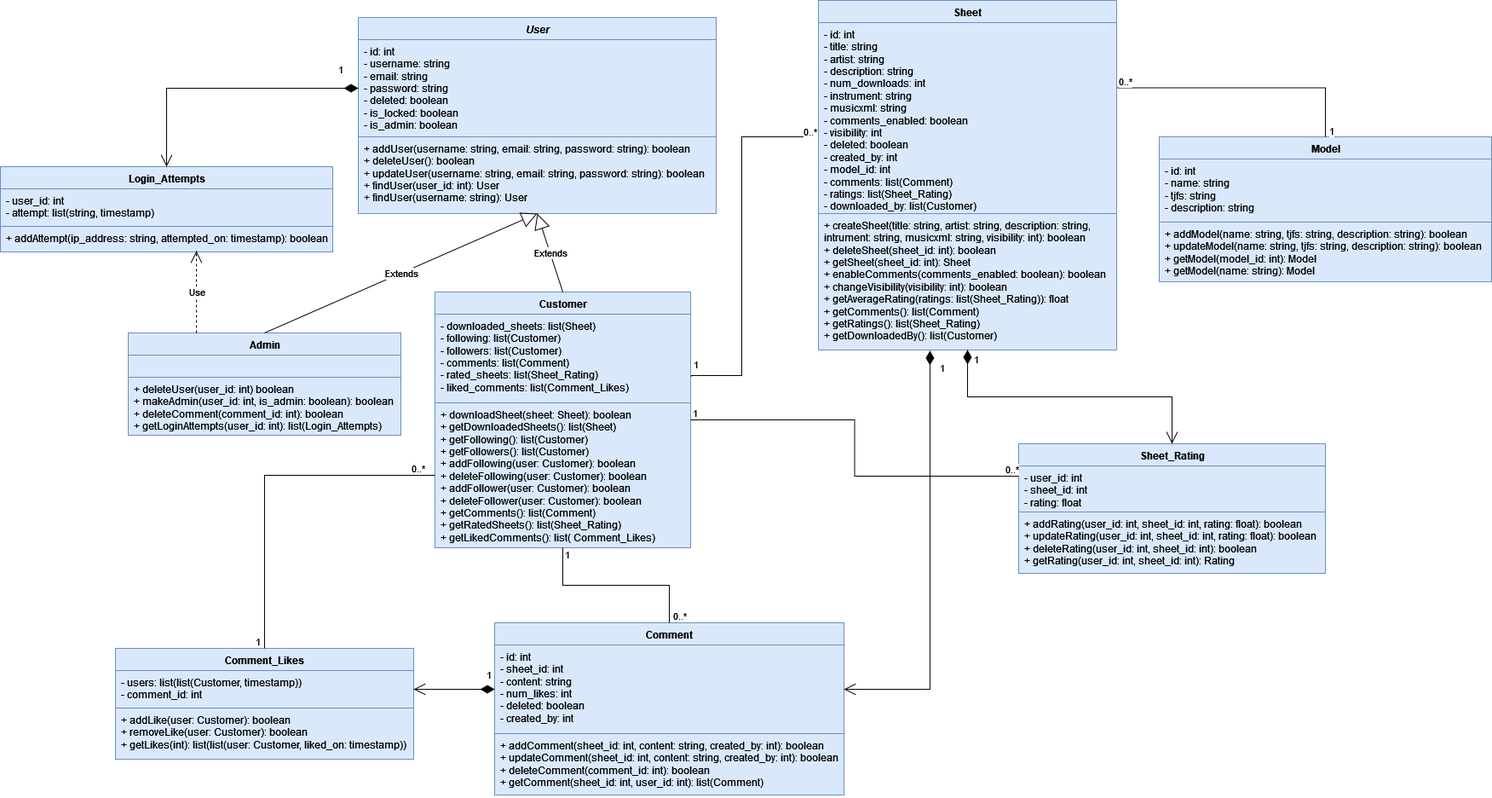
Before: db/Knowtes_Class_Diagram.png, a diagram exported from draw.io (ProjFall2025/Team3). Source tidied: cells renumbered, new cells last; positions are measured from the earlier drawing's top-left corner, leaving out a move shared by most shapes.
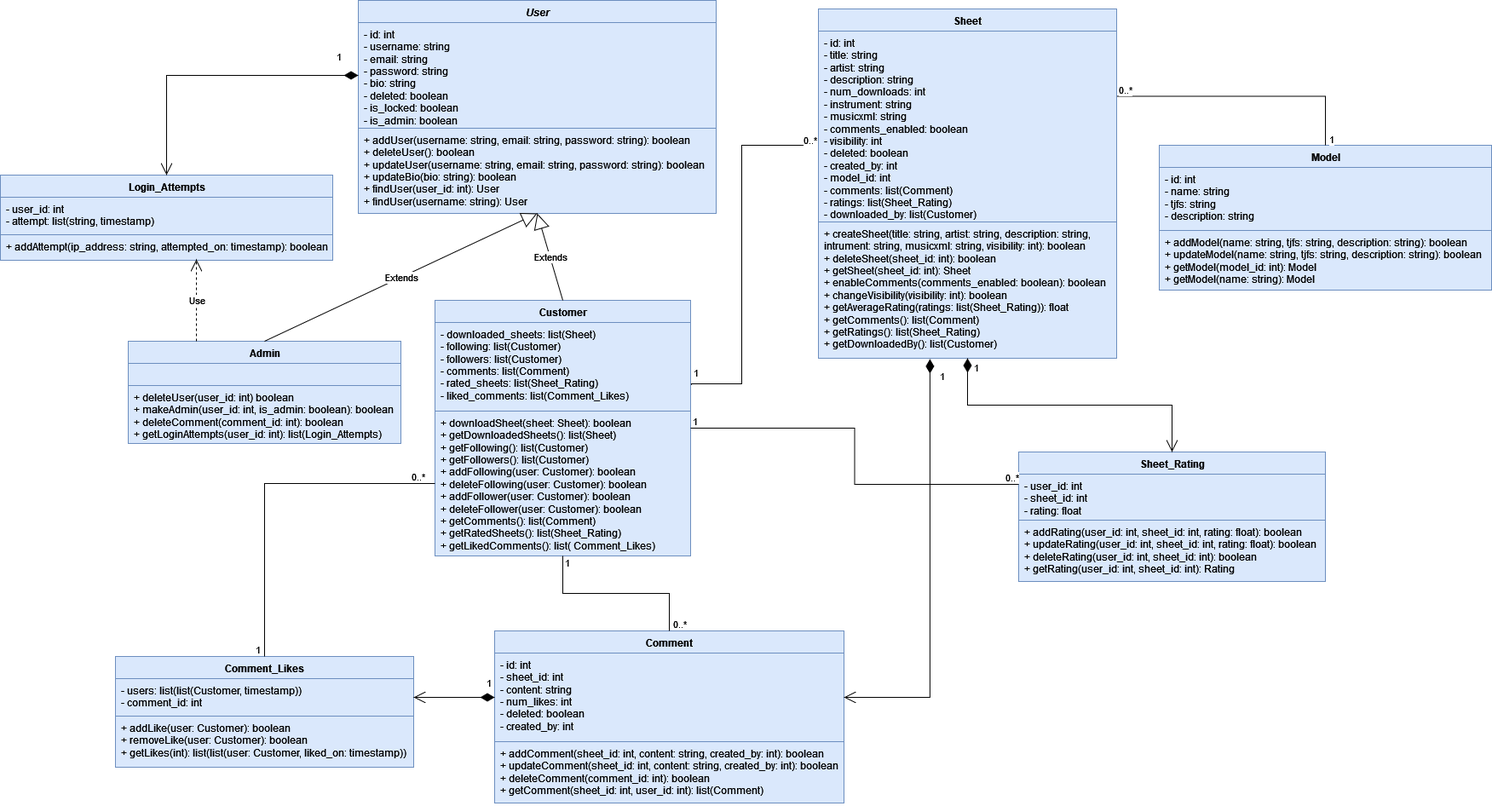
Above is the later version.

The edit, as a diff of the source:
```diff
@@ -48,13 +48,13 @@
       <mxGeometry y="130" width="410" height="72" as="geometry" />
     </mxCell>
     <mxCell id="17" value="&lt;i&gt;User&lt;/i&gt;" style="swimlane;fontStyle=1;align=center;verticalAlign=top;horizontal=1;startSize=26;whiteSpace=wrap;html=1;fillColor=#dae8fc;strokeColor=#6c8ebf;" parent="1" vertex="1">
-      <mxGeometry x="420" y="20" width="420" height="230" as="geometry" />
+      <mxGeometry x="420" y="-10" width="420" height="250" as="geometry" />
     </mxCell>
-    <mxCell id="18" value="&lt;div&gt;- id: int&lt;/div&gt;&lt;div&gt;- username: string&lt;/div&gt;&lt;div&gt;- email: string&lt;/div&gt;&lt;div&gt;- password: string&lt;/div&gt;&lt;div&gt;&lt;div&gt;- deleted: boolean&lt;/div&gt;&lt;div&gt;- is_locked: boolean&lt;/div&gt;&lt;/div&gt;&lt;div&gt;- is_admin: boolean&lt;br&gt;&lt;/div&gt;" style="text;strokeColor=#6c8ebf;fillColor=#dae8fc;align=left;verticalAlign=top;spacingLeft=4;spacingRight=4;overflow=hidden;points=[[0,0.5],[1,0.5]];portConstraint=eastwest;whiteSpace=wrap;html=1;" parent="17" vertex="1">
-      <mxGeometry y="26" width="420" height="114" as="geometry" />
+    <mxCell id="18" value="&lt;div&gt;- id: int&lt;/div&gt;&lt;div&gt;- username: string&lt;/div&gt;&lt;div&gt;- email: string&lt;/div&gt;&lt;div&gt;- password: string&lt;/div&gt;&lt;div&gt;- bio: string&lt;br&gt;&lt;/div&gt;&lt;div&gt;&lt;div&gt;- deleted: boolean&lt;/div&gt;&lt;div&gt;- is_locked: boolean&lt;/div&gt;&lt;/div&gt;&lt;div&gt;- is_admin: boolean&lt;br&gt;&lt;/div&gt;" style="text;strokeColor=#6c8ebf;fillColor=#dae8fc;align=left;verticalAlign=top;spacingLeft=4;spacingRight=4;overflow=hidden;points=[[0,0.5],[1,0.5]];portConstraint=eastwest;whiteSpace=wrap;html=1;" parent="17" vertex="1">
+      <mxGeometry y="26" width="420" height="124" as="geometry" />
     </mxCell>
-    <mxCell id="19" value="&lt;div&gt;+ addUser(username: string, email: string, password: string): boolean&lt;/div&gt;&lt;div&gt;&lt;div&gt;+ deleteUser(): boolean&lt;/div&gt;&lt;/div&gt;&lt;div&gt;+ updateUser(username: string, email: string, password: string): boolean&lt;/div&gt;&lt;div&gt;+ findUser(user_id: int): User&lt;/div&gt;&lt;div&gt;+ findUser(username: string): User&lt;/div&gt;" style="text;strokeColor=#6c8ebf;fillColor=#dae8fc;align=left;verticalAlign=top;spacingLeft=4;spacingRight=4;overflow=hidden;whiteSpace=wrap;html=1;" parent="17" vertex="1">
-      <mxGeometry y="140" width="420" height="90" as="geometry" />
+    <mxCell id="19" value="&lt;div&gt;+ addUser(username: string, email: string, password: string): boolean&lt;/div&gt;&lt;div&gt;&lt;div&gt;+ deleteUser(): boolean&lt;/div&gt;&lt;/div&gt;&lt;div&gt;+ updateUser(username: string, email: string, password: string): boolean&lt;/div&gt;&lt;div&gt;+ updateBio(bio: string): boolean&lt;br&gt;&lt;/div&gt;&lt;div&gt;+ findUser(user_id: int): User&lt;/div&gt;&lt;div&gt;+ findUser(username: string): User&lt;/div&gt;" style="text;strokeColor=#6c8ebf;fillColor=#dae8fc;align=left;verticalAlign=top;spacingLeft=4;spacingRight=4;overflow=hidden;whiteSpace=wrap;html=1;" parent="17" vertex="1">
+      <mxGeometry y="150" width="420" height="100" as="geometry" />
     </mxCell>
     <mxCell id="20" value="Admin" style="swimlane;fontStyle=1;align=center;verticalAlign=top;horizontal=1;startSize=26;whiteSpace=wrap;html=1;fillColor=#dae8fc;strokeColor=#6c8ebf;" parent="1" vertex="1">
       <mxGeometry x="150" y="390" width="320" height="120" as="geometry" />
```
